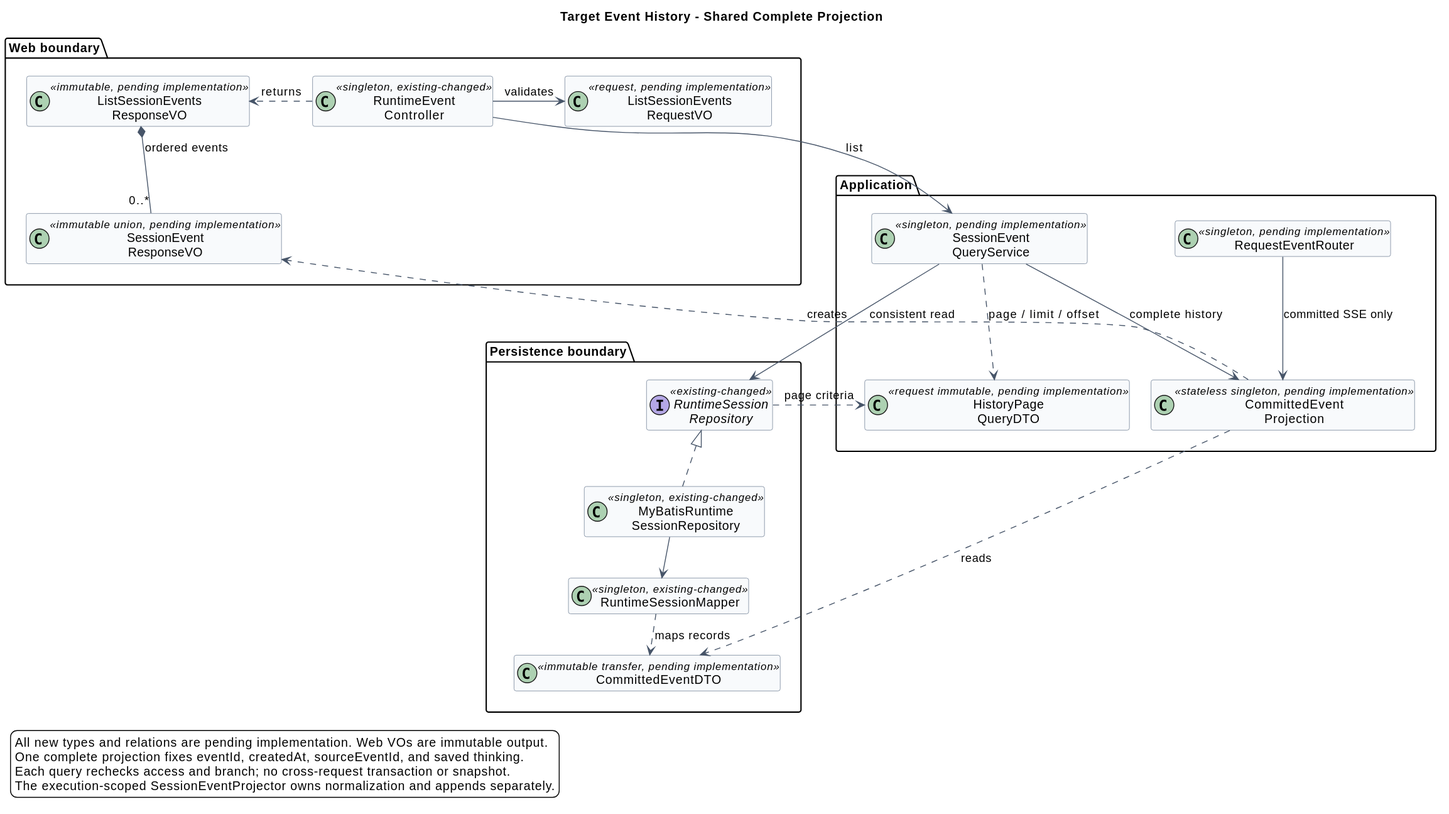
This is 01-总体架构/01-CampusClaw多Agent运行时/设计图/事件历史查询/target_event_history_classes.svg from ssm0808/pi-mono-java-design, a PlantUML export, as it was before one commit.
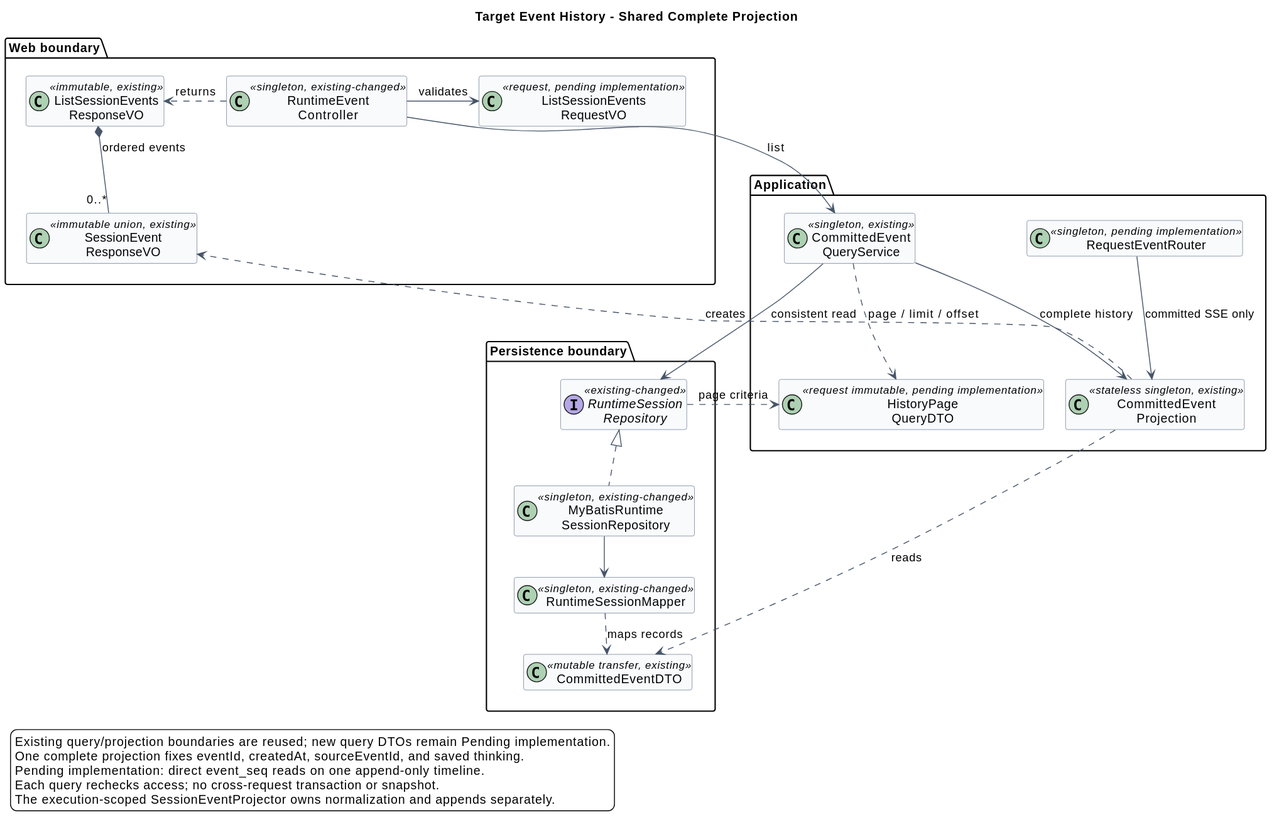
After the commit.

What changed in the source:
```diff
@@ -15,19 +15,19 @@
 package "Web boundary" as WEB {
   class "RuntimeEvent\nController" as RuntimeEventController <<singleton, existing-changed>>
   class "ListSessionEvents\nRequestVO" as ListSessionEventsRequestVO <<request, pending implementation>>
-  class "ListSessionEvents\nResponseVO" as ListSessionEventsResponseVO <<immutable, pending implementation>>
-  class "SessionEvent\nResponseVO" as SessionEventResponseVO <<immutable union, pending implementation>>
+  class "ListSessionEvents\nResponseVO" as ListSessionEventsResponseVO <<immutable, existing>>
+  class "SessionEvent\nResponseVO" as SessionEventResponseVO <<immutable union, existing>>
 }
 package "Application" as APP {
-  class "SessionEvent\nQueryService" as SessionEventQueryService <<singleton, pending implementation>>
+  class "CommittedEvent\nQueryService" as SessionEventQueryService <<singleton, existing>>
   class "HistoryPage\nQueryDTO" as HistoryPageQueryDTO <<request immutable, pending implementation>>
-  class "CommittedEvent\nProjection" as CommittedEventProjection <<stateless singleton, pending implementation>>
+  class "CommittedEvent\nProjection" as CommittedEventProjection <<stateless singleton, existing>>
   class RequestEventRouter <<singleton, pending implementation>>
 }
 package "Persistence boundary" as DB {
   interface "RuntimeSession\nRepository" as RuntimeSessionRepository <<existing-changed>>
   class "MyBatisRuntime\nSessionRepository" as MyBatisRuntimeSessionRepository <<singleton, existing-changed>>
-  class CommittedEventDTO <<immutable transfer, pending implementation>>
+  class CommittedEventDTO <<mutable transfer, existing>>
   class RuntimeSessionMapper <<singleton, existing-changed>>
 }
 RuntimeEventController -[norank]-> ListSessionEventsRequestVO : validates
@@ -48,9 +48,10 @@
 RuntimeSessionRepository ..> HistoryPageQueryDTO : page criteria
 
 legend bottom left
-All new types and relations are pending implementation. Web VOs are immutable output.
+Existing query/projection boundaries are reused; new query DTOs remain Pending implementation.
 One complete projection fixes eventId, createdAt, sourceEventId, and saved thinking.
-Each query rechecks access and branch; no cross-request transaction or snapshot.
+Pending implementation: direct event_seq reads on one append-only timeline.
+Each query rechecks access; no cross-request transaction or snapshot.
 The execution-scoped SessionEventProjector owns normalization and appends separately.
 endlegend
 @enduml
```
